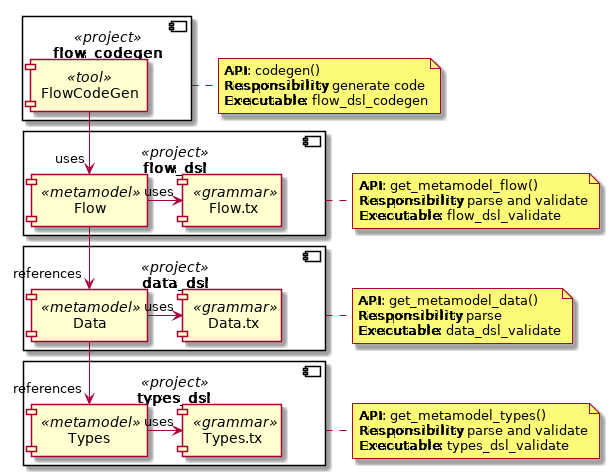
textX/textx-multi-metamodel-example keeps this PlantUML diagram as images/types_data_flow_01.png. Above is the earlier version.
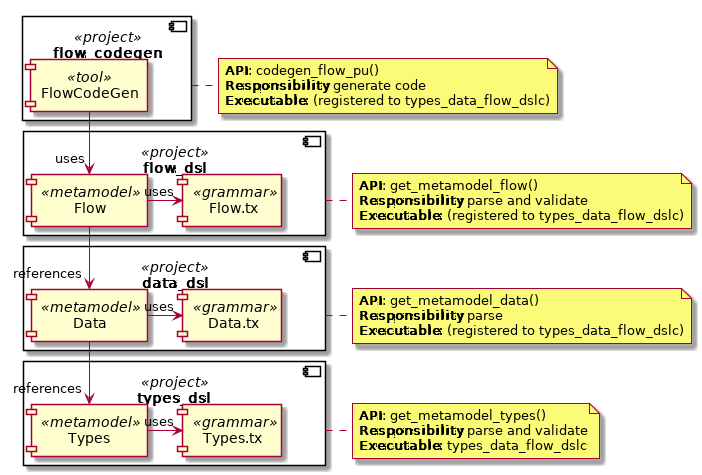
After the change.

The edit, as a diff of the source:
```diff
@@ -7,7 +7,7 @@
 note as TypesNote
 **API**: get_metamodel_types()
 **Responsibility**: parse and validate
-**Executable**: types_dsl_validate
+**Executable**: types_data_flow_dslc
 end note
 
 component data_dsl <<project>> {
@@ -17,7 +17,7 @@
 note as DataNote
 **API**: get_metamodel_data()
 **Responsibility**: parse
-**Executable**: data_dsl_validate
+**Executable**: (registered to types_data_flow_dslc)
 end note
 
 component flow_dsl <<project>> {
@@ -27,16 +27,16 @@
 note as FlowNote
 **API**: get_metamodel_flow()
 **Responsibility**: parse and validate
-**Executable**: flow_dsl_validate
+**Executable**: (registered to types_data_flow_dslc)
 end note
 
 component flow_codegen <<project>> {
 	component FlowCodeGen <<tool>> as FlowCodeGen
 }
 note as FlowCodeGenNote
-**API**: codegen()
+**API**: codegen_flow_pu()
 **Responsibility**: generate code
-**Executable**: flow_dsl_codegen
+**Executable**: (registered to types_data_flow_dslc)
 end note
 
 
```
